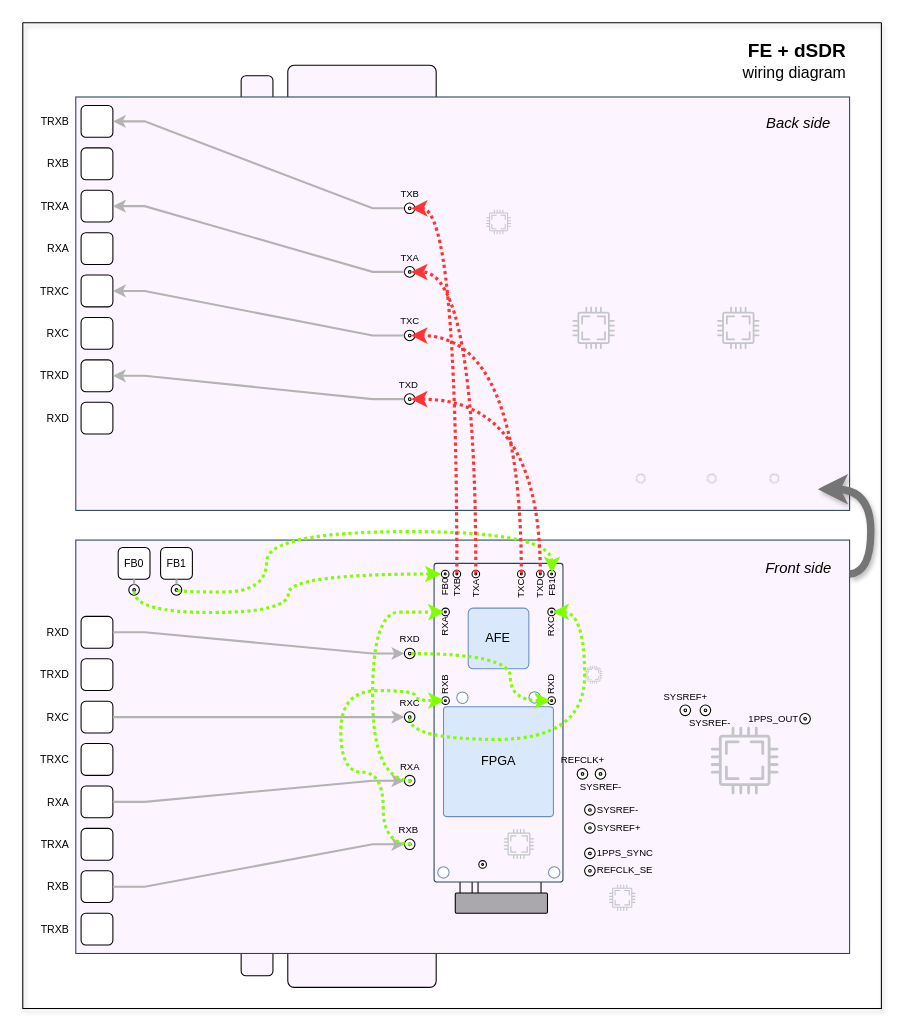
Above: source/_static/fe/dsdr_wiring.drawio in wavelet-lab/docs (draw.io), before the change. Source tidied: cells renumbered, new cells numbered last; positions are measured from the earlier drawing's top-left corner, leaving out a move shared by most shapes. Both pictures are drawn from the tidied source at 106%, with x=0, y=0 at pixel (22, 22).
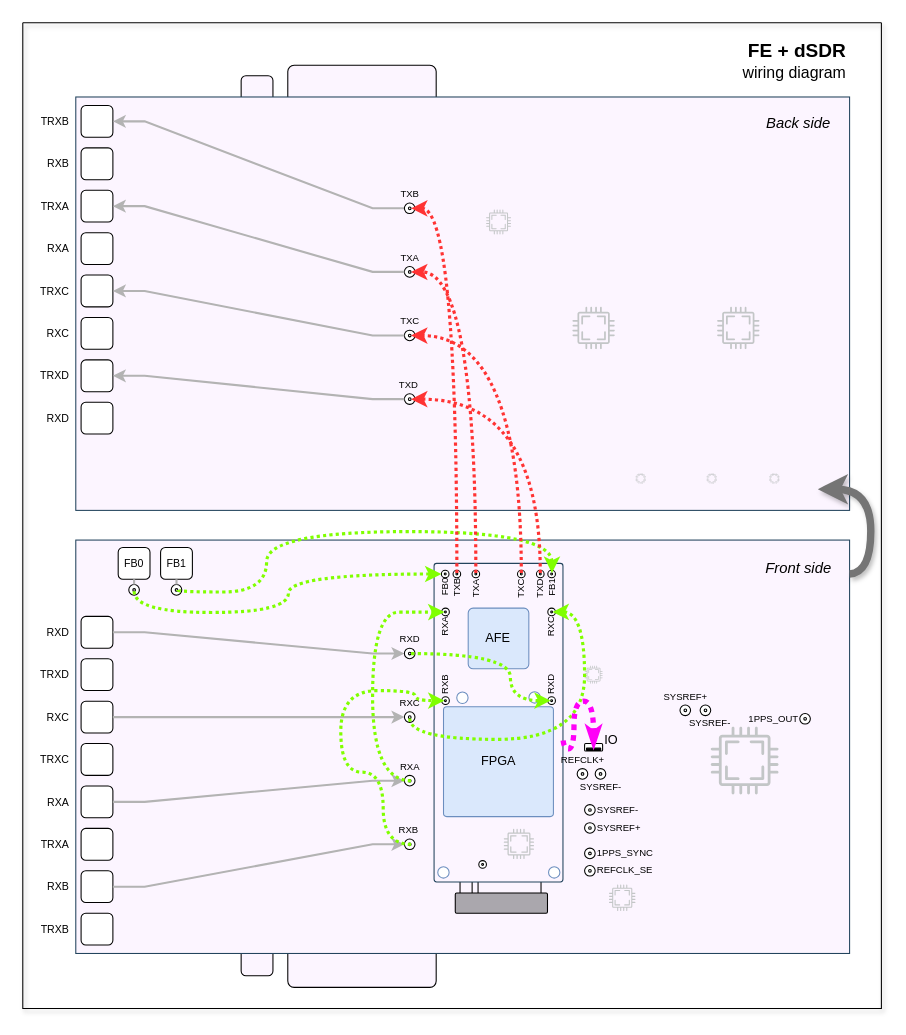
The same page after the edit.

The change refers to these unchanged cells:
```xml
<mxCell id="2" style="swimlane;startSize=0;shadow=1;rounded=0;" parent="1" vertex="1">
  <mxGeometry width="810" height="930" as="geometry" />
</mxCell>
<mxCell id="62" style="rounded=1;whiteSpace=wrap;html=1;labelPosition=center;verticalLabelPosition=middle;align=right;verticalAlign=top;fontSize=12;spacing=5;spacingRight=5;fillColor=#FCF5FF;strokeColor=#23445d;perimeterSpacing=0;arcSize=2;flipH=0;rotation=0;direction=south;" parent="59" vertex="1">
  <mxGeometry width="121.6" height="300.5" as="geometry" />
</mxCell>
```

What changed in the source:
```diff
@@
+    <mxCell id="161" style="group;" parent="2" vertex="1">
+      <mxGeometry x="530" y="680" width="17" height="7" as="geometry" />
+    </mxCell>
+    <mxCell id="162" value="IO" style="rounded=1;whiteSpace=wrap;html=1;verticalAlign=middle;labelPosition=right;verticalLabelPosition=top;align=left;" parent="161" vertex="1">
+      <mxGeometry width="17" height="7" as="geometry" />
+    </mxCell>
+    <mxCell id="163" style="rounded=1;whiteSpace=wrap;html=1;fillColor=#000000;" parent="161" vertex="1">
+      <mxGeometry x="1.8" y="4.3" width="13.4" height="2.1" as="geometry" />
+    </mxCell>
+    <mxCell id="164" style="edgeStyle=orthogonalEdgeStyle;rounded=0;jettySize=auto;html=1;exitX=0.5;exitY=0;exitDx=0;exitDy=0;entryX=0.539;entryY=0.001;entryDx=0;entryDy=0;entryPerimeter=0;strokeWidth=5;curved=1;dashed=1;dashPattern=1 1;endArrow=none;endFill=0;startArrow=classicThin;startFill=1;strokeColor=#FF00F7;" parent="2" edge="1" source="163" target="62">
+      <mxGeometry relative="1" as="geometry">
+        <Array as="points">
+          <mxPoint x="538" y="640" />
+          <mxPoint x="520" y="640" />
+          <mxPoint x="520" y="685" />
+          <mxPoint x="510" y="685" />
+        </Array>
+      </mxGeometry>
+    </mxCell>
```
